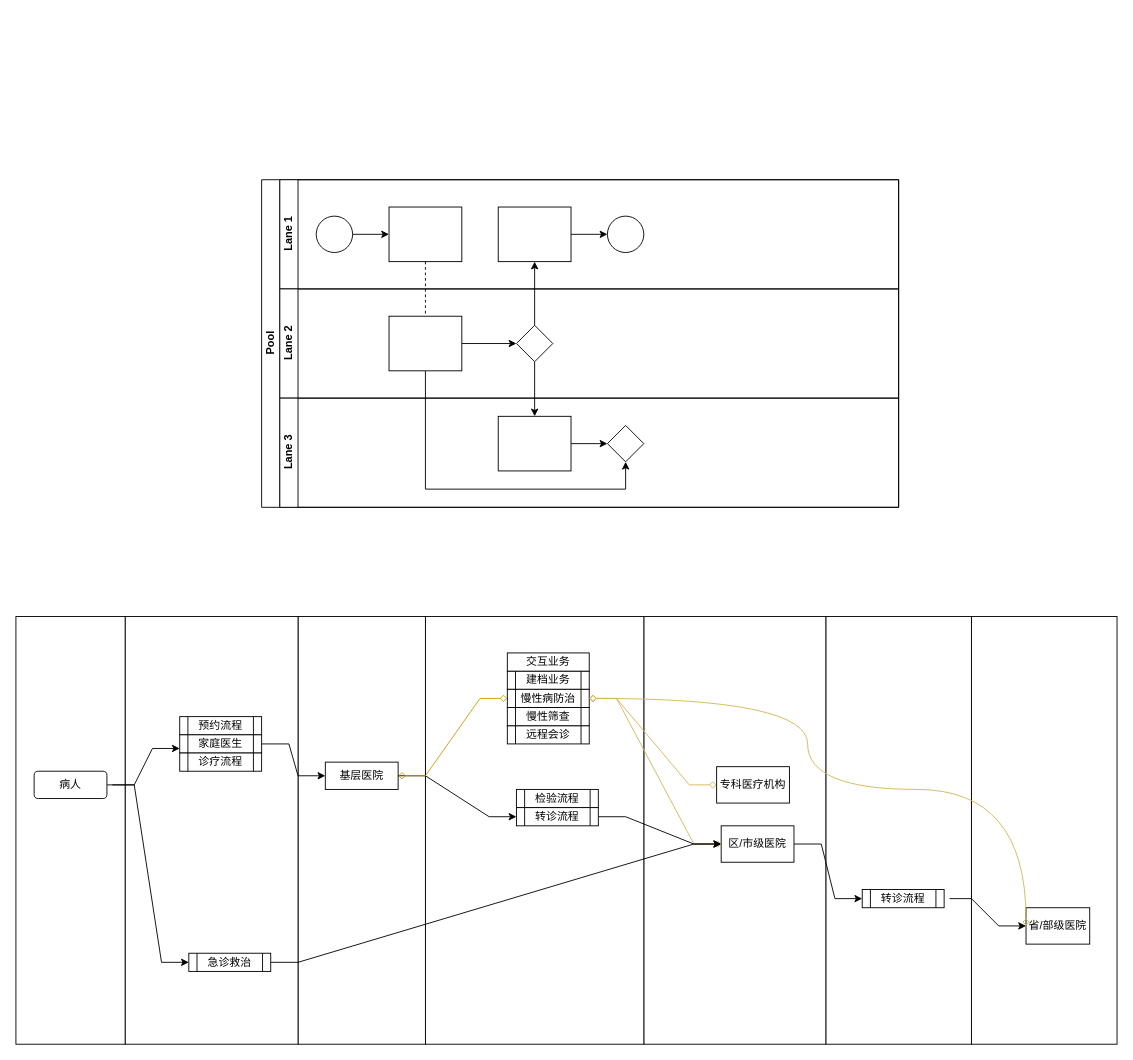
This is healthCloud.drawio from lzdong0714/note, a draw.io file, before an edit. Source tidied: cells renumbered, new cells numbered last; positions are measured from the earlier drawing's top-left corner, leaving out a move shared by most shapes. Both pictures are drawn from the tidied source at 91%, with x=0, y=0 at pixel (15, 179).
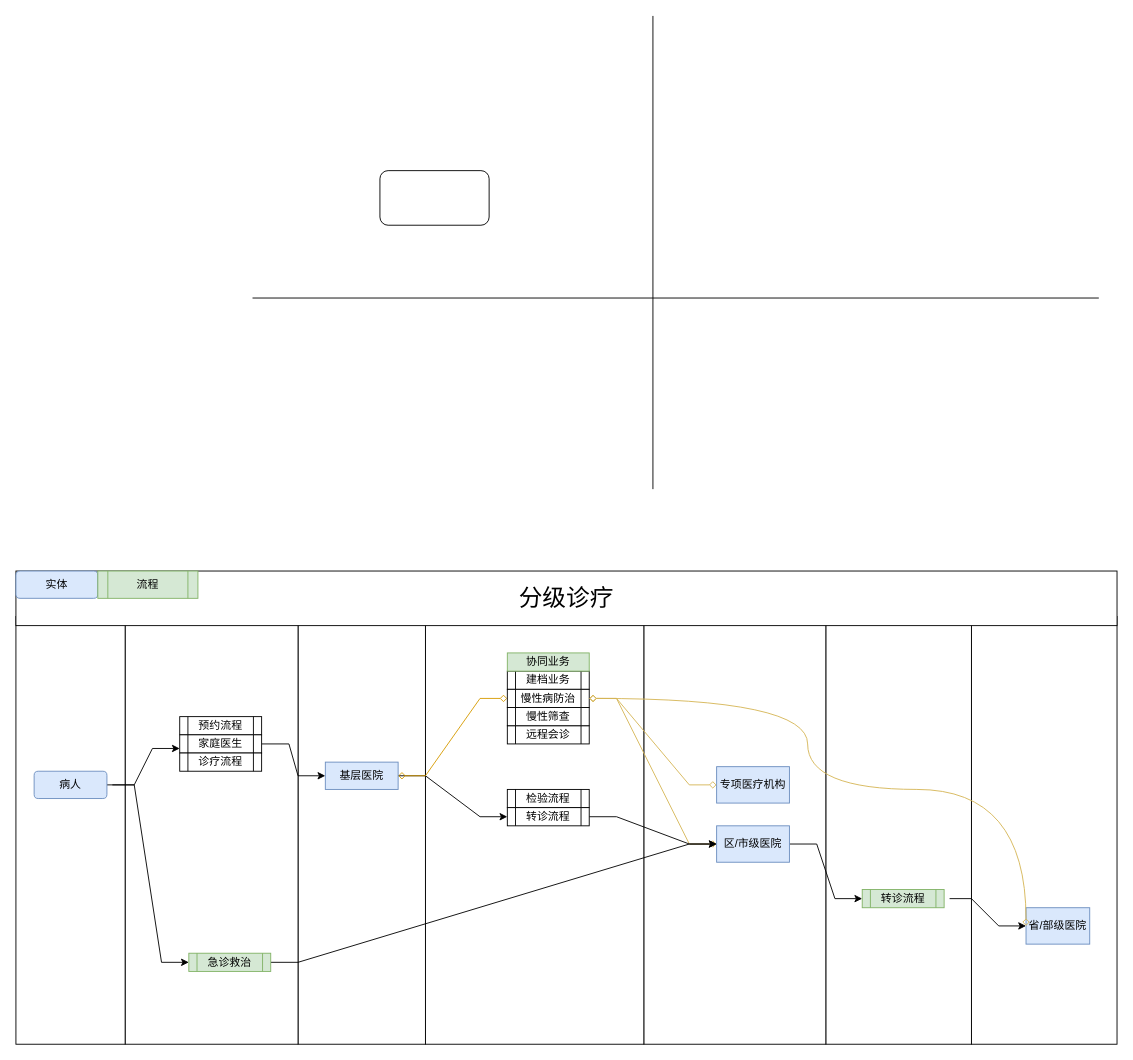
After the change.

Diff of the diagram source:
```diff
@@
-    <mxCell id="9" value="Pool" style="swimlane;html=1;horizontal=0;startSize=20;" parent="1" vertex="1">
-      <mxGeometry x="270" width="700" height="360" as="geometry" />
-    </mxCell>
-    <mxCell id="10" style="edgeStyle=orthogonalEdgeStyle;rounded=0;jettySize=auto;html=1;dashed=1;endArrow=none;endFill=0;" parent="9" edge="1" source="17" target="23">
-      <mxGeometry relative="1" as="geometry" />
-    </mxCell>
-    <mxCell id="11" style="edgeStyle=orthogonalEdgeStyle;rounded=0;jettySize=auto;html=1;endArrow=classic;endFill=1;" parent="9" edge="1" source="24" target="19">
-      <mxGeometry relative="1" as="geometry" />
-    </mxCell>
-    <mxCell id="12" style="edgeStyle=orthogonalEdgeStyle;rounded=0;jettySize=auto;html=1;endArrow=classic;endFill=1;" parent="9" edge="1" source="24" target="27">
-      <mxGeometry relative="1" as="geometry" />
-    </mxCell>
-    <mxCell id="13" style="edgeStyle=orthogonalEdgeStyle;rounded=0;jettySize=auto;html=1;endArrow=classic;endFill=1;" parent="9" edge="1" source="23" target="28">
-      <mxGeometry relative="1" as="geometry">
-        <Array as="points">
-          <mxPoint x="180" y="340" />
-          <mxPoint x="400" y="340" />
-        </Array>
-      </mxGeometry>
-    </mxCell>
-    <mxCell id="14" value="Lane 1" style="swimlane;html=1;startSize=20;horizontal=0;" parent="9" vertex="1">
-      <mxGeometry x="20" width="680" height="120" as="geometry" />
-    </mxCell>
-    <mxCell id="15" style="edgeStyle=orthogonalEdgeStyle;rounded=0;jettySize=auto;html=1;" parent="14" edge="1" source="16" target="17">
-      <mxGeometry relative="1" as="geometry" />
-    </mxCell>
-    <mxCell id="16" style="ellipse;whiteSpace=wrap;html=1;" parent="14" vertex="1">
-      <mxGeometry x="40" y="40" width="40" height="40" as="geometry" />
-    </mxCell>
-    <mxCell id="17" style="rounded=0;whiteSpace=wrap;html=1;fontFamily=Helvetica;fontSize=12;fontColor=#000000;align=center;" parent="14" vertex="1">
-      <mxGeometry x="120" y="30" width="80" height="60" as="geometry" />
-    </mxCell>
-    <mxCell id="18" style="edgeStyle=orthogonalEdgeStyle;rounded=0;jettySize=auto;html=1;endArrow=classic;endFill=1;" parent="14" edge="1" source="19" target="20">
-      <mxGeometry relative="1" as="geometry" />
-    </mxCell>
-    <mxCell id="19" style="rounded=0;whiteSpace=wrap;html=1;fontFamily=Helvetica;fontSize=12;fontColor=#000000;align=center;" parent="14" vertex="1">
-      <mxGeometry x="240" y="30" width="80" height="60" as="geometry" />
-    </mxCell>
-    <mxCell id="20" style="ellipse;whiteSpace=wrap;html=1;" parent="14" vertex="1">
-      <mxGeometry x="360" y="40" width="40" height="40" as="geometry" />
-    </mxCell>
-    <mxCell id="21" value="Lane 2" style="swimlane;html=1;startSize=20;horizontal=0;" parent="9" vertex="1">
-      <mxGeometry x="20" y="120" width="680" height="120" as="geometry" />
-    </mxCell>
-    <mxCell id="22" style="edgeStyle=orthogonalEdgeStyle;rounded=0;jettySize=auto;html=1;endArrow=classic;endFill=1;" parent="21" edge="1" source="23" target="24">
-      <mxGeometry relative="1" as="geometry" />
-    </mxCell>
-    <mxCell id="23" style="rounded=0;whiteSpace=wrap;html=1;fontFamily=Helvetica;fontSize=12;fontColor=#000000;align=center;" parent="21" vertex="1">
-      <mxGeometry x="120" y="30" width="80" height="60" as="geometry" />
-    </mxCell>
-    <mxCell id="24" style="rhombus;whiteSpace=wrap;html=1;fontFamily=Helvetica;fontSize=12;fontColor=#000000;align=center;" parent="21" vertex="1">
-      <mxGeometry x="260" y="40" width="40" height="40" as="geometry" />
-    </mxCell>
-    <mxCell id="25" value="Lane 3" style="swimlane;html=1;startSize=20;horizontal=0;" parent="9" vertex="1">
-      <mxGeometry x="20" y="240" width="680" height="120" as="geometry" />
-    </mxCell>
-    <mxCell id="26" style="edgeStyle=orthogonalEdgeStyle;rounded=0;jettySize=auto;html=1;endArrow=classic;endFill=1;" parent="25" edge="1" source="27" target="28">
-      <mxGeometry relative="1" as="geometry" />
-    </mxCell>
-    <mxCell id="27" style="rounded=0;whiteSpace=wrap;html=1;fontFamily=Helvetica;fontSize=12;fontColor=#000000;align=center;" parent="25" vertex="1">
-      <mxGeometry x="240" y="20" width="80" height="60" as="geometry" />
-    </mxCell>
-    <mxCell id="28" style="rhombus;whiteSpace=wrap;html=1;fontFamily=Helvetica;fontSize=12;fontColor=#000000;align=center;" parent="25" vertex="1">
-      <mxGeometry x="360" y="30" width="40" height="40" as="geometry" />
-    </mxCell>
@@
-    <mxCell id="31" value="病人" style="rounded=1;whiteSpace=wrap;html=1;" parent="1" vertex="1">
+    <mxCell id="31" value="病人" style="rounded=1;whiteSpace=wrap;html=1;fillColor=#dae8fc;strokeColor=#6c8ebf;" parent="1" vertex="1">
       <mxGeometry x="20" y="650" width="80" height="30" as="geometry" />
     </mxCell>
@@
-    <mxCell id="34" value="基层医院" style="rounded=0;whiteSpace=wrap;html=1;" parent="1" vertex="1">
+    <mxCell id="34" value="基层医院" style="rounded=0;whiteSpace=wrap;html=1;fillColor=#dae8fc;strokeColor=#6c8ebf;" parent="1" vertex="1">
       <mxGeometry x="340" y="640" width="80" height="30" as="geometry" />
     </mxCell>
@@
-    <mxCell id="36" value="区/市级医院" style="rounded=0;whiteSpace=wrap;html=1;" parent="1" vertex="1">
-      <mxGeometry x="775" y="710" width="80" height="40" as="geometry" />
+    <mxCell id="36" value="区/市级医院" style="rounded=0;whiteSpace=wrap;html=1;fillColor=#dae8fc;strokeColor=#6c8ebf;" parent="1" vertex="1">
+      <mxGeometry x="770" y="710" width="80" height="40" as="geometry" />
     </mxCell>
-    <mxCell id="37" value="省/部级医院" style="rounded=0;whiteSpace=wrap;html=1;" parent="1" vertex="1">
+    <mxCell id="37" value="省/部级医院" style="rounded=0;whiteSpace=wrap;html=1;fillColor=#dae8fc;strokeColor=#6c8ebf;" parent="1" vertex="1">
       <mxGeometry x="1110" y="800" width="70" height="40" as="geometry" />
     </mxCell>
-    <mxCell id="38" value="专科医疗机构" style="rounded=0;whiteSpace=wrap;html=1;" parent="1" vertex="1">
+    <mxCell id="38" value="专项医疗机构" style="rounded=0;whiteSpace=wrap;html=1;fillColor=#dae8fc;strokeColor=#6c8ebf;" parent="1" vertex="1">
       <mxGeometry x="770" y="645" width="80" height="40" as="geometry" />
     </mxCell>
@@
     <mxCell id="41" value="&lt;span style=&quot;white-space: normal&quot;&gt;检验流程&lt;/span&gt;&lt;br style=&quot;white-space: normal&quot;&gt;" style="shape=process;whiteSpace=wrap;html=1;backgroundOutline=1;" parent="1" vertex="1">
-      <mxGeometry x="550" y="670" width="90" height="20" as="geometry" />
+      <mxGeometry x="540" y="670" width="90" height="20" as="geometry" />
     </mxCell>
@@
     <mxCell id="48" value="转诊流程" style="shape=process;whiteSpace=wrap;html=1;backgroundOutline=1;" parent="1" vertex="1">
-      <mxGeometry x="550" y="690" width="90" height="20" as="geometry" />
+      <mxGeometry x="540" y="690" width="90" height="20" as="geometry" />
     </mxCell>
@@
-    <mxCell id="52" value="急诊救治" style="shape=process;whiteSpace=wrap;html=1;backgroundOutline=1;" parent="1" vertex="1">
+    <mxCell id="52" value="急诊救治" style="shape=process;whiteSpace=wrap;html=1;backgroundOutline=1;fillColor=#d5e8d4;strokeColor=#82b366;" parent="1" vertex="1">
       <mxGeometry x="190" y="850" width="90" height="20" as="geometry" />
     </mxCell>
@@
-    <mxCell id="55" value="转诊流程" style="shape=process;whiteSpace=wrap;html=1;backgroundOutline=1;" parent="1" vertex="1">
+    <mxCell id="55" value="转诊流程" style="shape=process;whiteSpace=wrap;html=1;backgroundOutline=1;fillColor=#d5e8d4;strokeColor=#82b366;" parent="1" vertex="1">
       <mxGeometry x="930" y="780" width="90" height="20" as="geometry" />
     </mxCell>
-    <mxCell id="56" value="交互业务" style="rounded=0;whiteSpace=wrap;html=1;" parent="1" vertex="1">
+    <mxCell id="56" value="协同业务" style="rounded=0;whiteSpace=wrap;html=1;fillColor=#d5e8d4;strokeColor=#82b366;" parent="1" vertex="1">
       <mxGeometry x="540" y="520" width="90" height="20" as="geometry" />
     </mxCell>
@@
+    <mxCell id="58" value="&lt;font style=&quot;font-size: 26px&quot;&gt;分级诊疗&lt;/font&gt;" style="rounded=0;whiteSpace=wrap;html=1;" parent="1" vertex="1">
+      <mxGeometry y="430" width="1210" height="60" as="geometry" />
+    </mxCell>
+    <mxCell id="59" value="实体" style="rounded=1;whiteSpace=wrap;html=1;fillColor=#dae8fc;strokeColor=#6c8ebf;" parent="1" vertex="1">
+      <mxGeometry y="430" width="90" height="30" as="geometry" />
+    </mxCell>
+    <mxCell id="60" value="流程" style="shape=process;whiteSpace=wrap;html=1;backgroundOutline=1;fillColor=#d5e8d4;strokeColor=#82b366;" parent="1" vertex="1">
+      <mxGeometry x="90" y="430" width="110" height="30" as="geometry" />
+    </mxCell>
+    <mxCell id="61" style="endArrow=none;html=1;" parent="1" edge="1">
+      <mxGeometry relative="1" as="geometry">
+        <mxPoint x="260" y="130" as="sourcePoint" />
+        <mxPoint x="1190" y="130" as="targetPoint" />
+      </mxGeometry>
+    </mxCell>
+    <mxCell id="62" style="endArrow=none;html=1;" parent="1" edge="1">
+      <mxGeometry relative="1" as="geometry">
+        <mxPoint x="700" y="340" as="sourcePoint" />
+        <mxPoint x="700" y="-180" as="targetPoint" />
+      </mxGeometry>
+    </mxCell>
+    <mxCell id="63" style="rounded=1;whiteSpace=wrap;html=1;" parent="1" vertex="1">
+      <mxGeometry x="400" y="-10" width="120" height="60" as="geometry" />
+    </mxCell>
```
